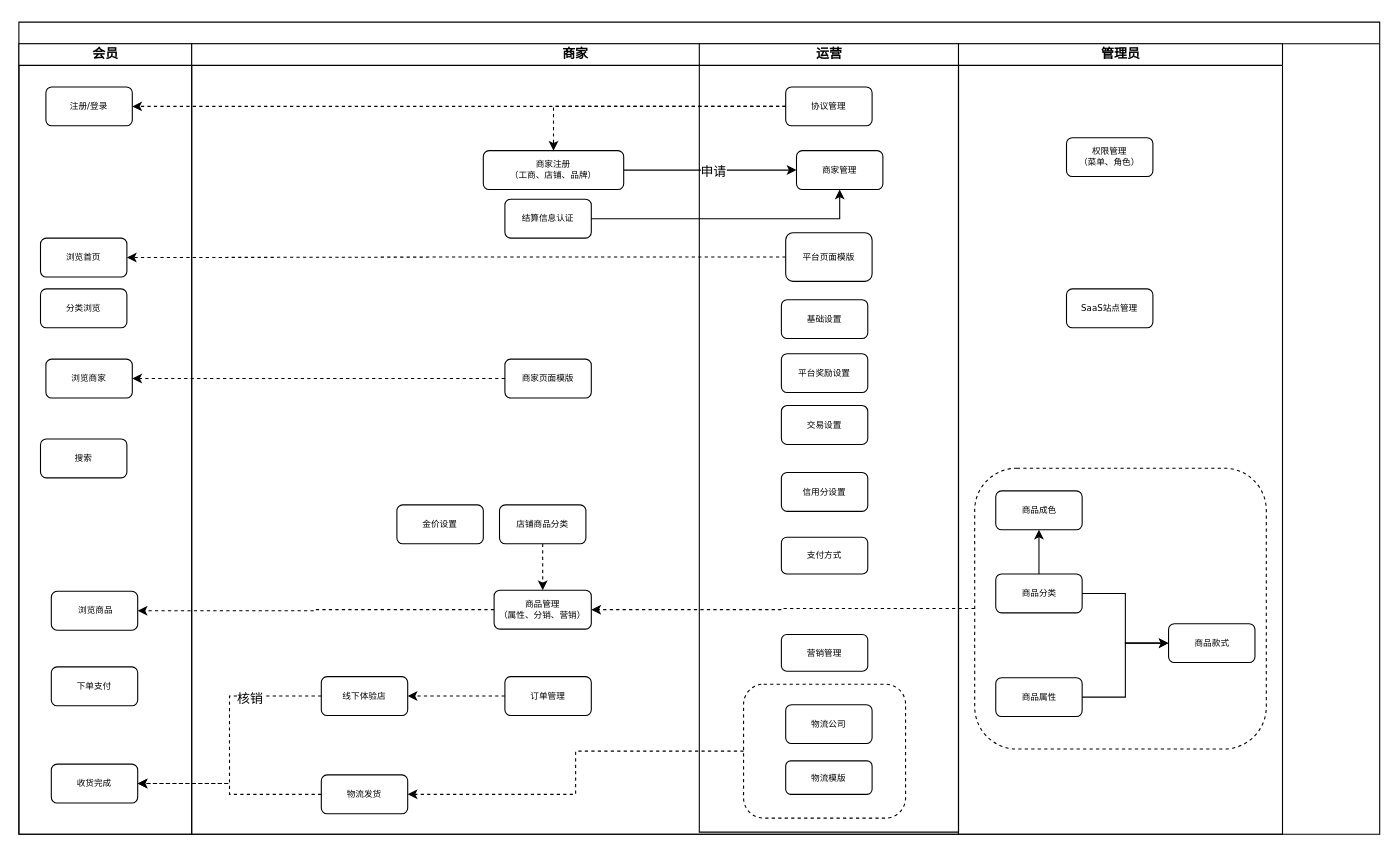
The draw.io diagram page "产业链" (2 of 3) of wujianlian-V2.0.drawio in ics86/ThisIsTest, before the edit. Source tidied: cells renumbered, new cells numbered last; positions are measured from the earlier drawing's top-left corner, leaving out a move shared by most shapes. Both pictures are drawn from the tidied source at 108%, with x=0, y=0 at pixel (18, 18).
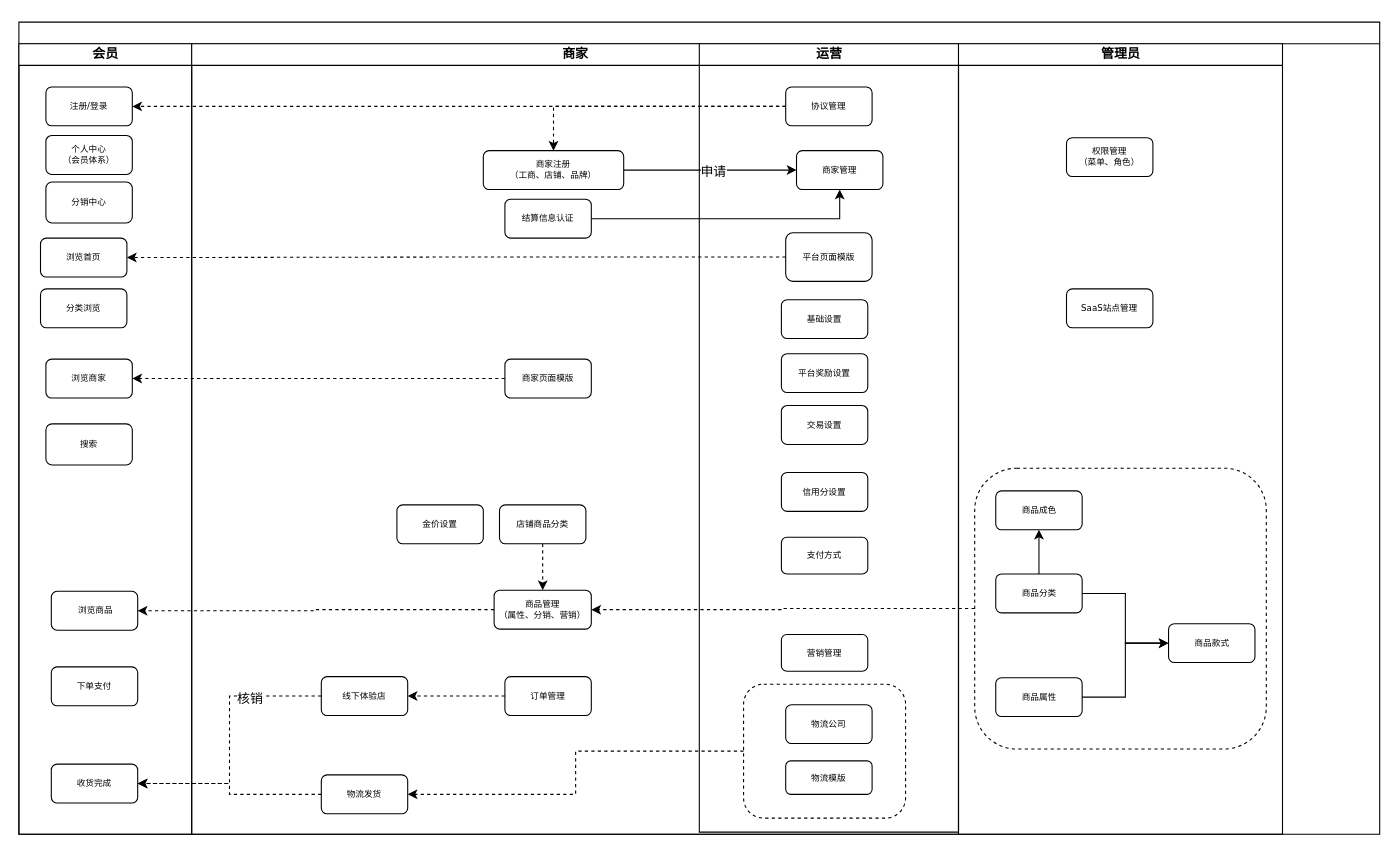
Above is the later version.

The change refers to these unchanged cells:
```xml
<mxCell id="4" value="会员" style="swimlane;html=1;startSize=20;" parent="3" vertex="1">
  <mxGeometry y="20" width="160" height="732" as="geometry" />
</mxCell>
```

Diff of the diagram source:
```diff
@@
+    <mxCell id="64" value="分销中心" style="rounded=1;whiteSpace=wrap;html=1;shadow=0;labelBackgroundColor=none;strokeColor=#000000;strokeWidth=1;fillColor=#ffffff;fontFamily=Verdana;fontSize=8;fontColor=#000000;align=center;" parent="4" vertex="1">
+      <mxGeometry x="25" y="128" width="80" height="38" as="geometry" />
+    </mxCell>
@@
     <mxCell id="12" value="搜索" style="rounded=1;whiteSpace=wrap;html=1;shadow=0;labelBackgroundColor=none;strokeColor=#000000;strokeWidth=1;fillColor=#ffffff;fontFamily=Verdana;fontSize=8;fontColor=#000000;align=center;" parent="4" vertex="1">
-      <mxGeometry x="20" y="366" width="80" height="36" as="geometry" />
+      <mxGeometry x="25" y="352" width="80" height="38" as="geometry" />
     </mxCell>
+    <mxCell id="65" value="个人中心&lt;br&gt;（会员体系）" style="rounded=1;whiteSpace=wrap;html=1;shadow=0;labelBackgroundColor=none;strokeColor=#000000;strokeWidth=1;fillColor=#ffffff;fontFamily=Verdana;fontSize=8;fontColor=#000000;align=center;" parent="4" vertex="1">
+      <mxGeometry x="25" y="85" width="80" height="36" as="geometry" />
+    </mxCell>
```
